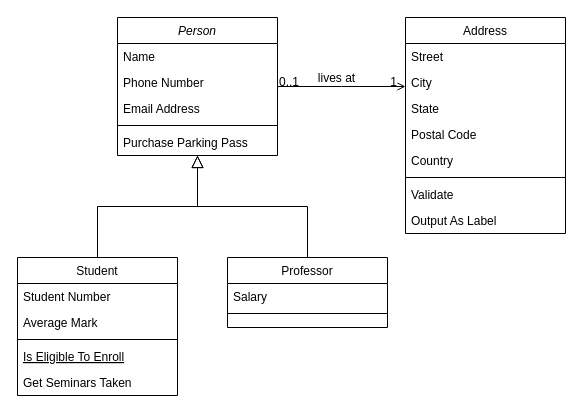
Above: Class Diagram.drawio in koji79/koji79 (draw.io), before the change. Source tidied: cells renumbered, new cells numbered last; positions are measured from the earlier drawing's top-left corner, leaving out a move shared by most shapes. Both pictures are drawn from the tidied source at 100%, with x=0, y=0 at pixel (17, 17).
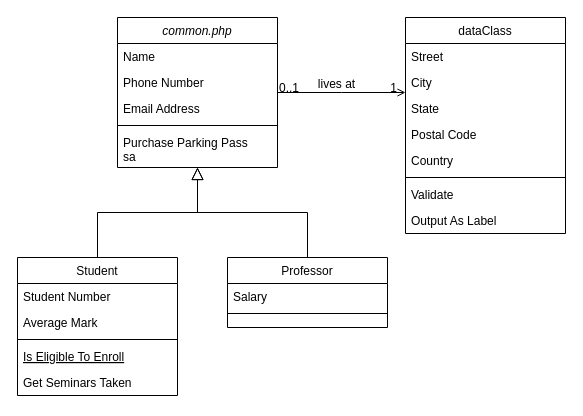
The same page after the edit.

Commit message:
Class Diagram.drawio を更新します

The edit, as a diff of the source:
```diff
@@
-    <mxCell id="2" value="Person" style="swimlane;fontStyle=2;align=center;verticalAlign=top;horizontal=1;startSize=26;rounded=0;shadow=0;strokeWidth=1;" parent="1" vertex="1">
-      <mxGeometry x="100" width="160" height="138" as="geometry" />
+    <mxCell id="2" value="common.php" style="swimlane;fontStyle=2;align=center;verticalAlign=top;horizontal=1;startSize=26;rounded=0;shadow=0;strokeWidth=1;" parent="1" vertex="1">
+      <mxGeometry x="100" width="160" height="150" as="geometry" />
     </mxCell>
@@
-    <mxCell id="7" value="Purchase Parking Pass" style="text;align=left;verticalAlign=top;spacingLeft=4;spacingRight=4;overflow=hidden;" parent="2" vertex="1">
-      <mxGeometry y="112" width="160" height="26" as="geometry" />
+    <mxCell id="7" value="Purchase Parking Pass&#10;sa&#10;" style="text;align=left;verticalAlign=top;spacingLeft=4;spacingRight=4;overflow=hidden;" parent="2" vertex="1">
+      <mxGeometry y="112" width="160" height="38" as="geometry" />
     </mxCell>
@@
-    <mxCell id="19" value="Address" style="swimlane;fontStyle=0;align=center;verticalAlign=top;horizontal=1;startSize=26;rounded=0;shadow=0;strokeWidth=1;" parent="1" vertex="1">
+    <mxCell id="19" value="dataClass&#10;" style="swimlane;fontStyle=0;align=center;verticalAlign=top;horizontal=1;startSize=26;rounded=0;shadow=0;strokeWidth=1;" parent="1" vertex="1">
       <mxGeometry x="388" width="160" height="216" as="geometry" />
     </mxCell>
```
